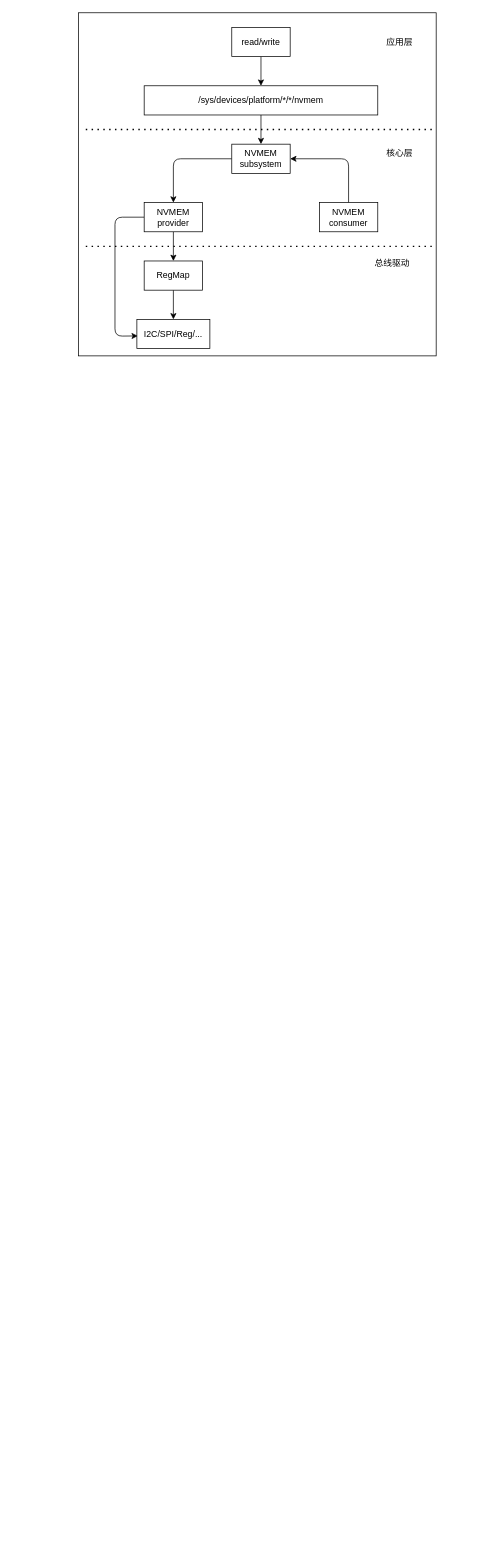
Before: page "nvmem" (9 of 9) of src/file/tree.drawio in zc110747/build_embed_linux_system, a draw.io diagram. Source tidied: cells renumbered, new cells numbered last; positions are measured from the earlier drawing's top-left corner, leaving out a move shared by most shapes. Both pictures are drawn from the tidied source at 73%, with x=0, y=0 at pixel (78, 12).
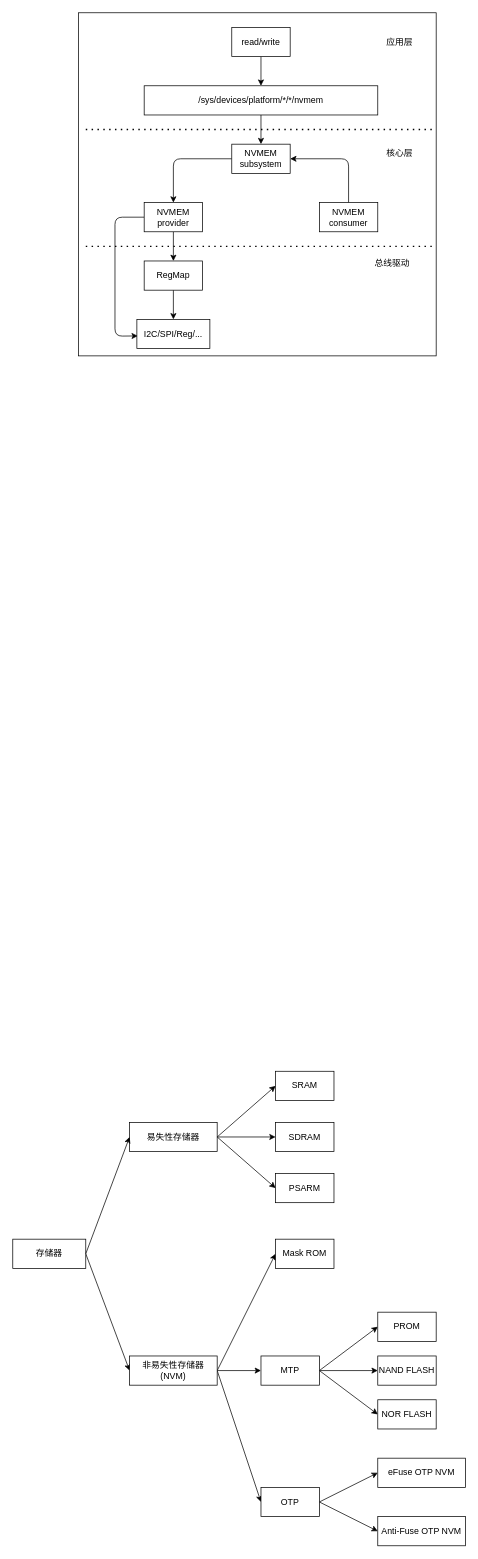
The same page after the edit.

Diff of the diagram source:
```diff
@@
+    <mxCell id="22" style="edgeStyle=none;html=1;exitX=1;exitY=0.5;exitDx=0;exitDy=0;entryX=0;entryY=0.5;entryDx=0;entryDy=0;" parent="1" edge="1" source="23" target="32">
+      <mxGeometry relative="1" as="geometry" />
+    </mxCell>
+    <mxCell id="23" value="存储器" style="rounded=0;whiteSpace=wrap;html=1;" parent="1" vertex="1">
+      <mxGeometry x="-90" y="1680" width="100" height="40" as="geometry" />
+    </mxCell>
+    <mxCell id="24" style="edgeStyle=none;html=1;" parent="1" edge="1" source="26" target="28">
+      <mxGeometry relative="1" as="geometry" />
+    </mxCell>
+    <mxCell id="25" style="edgeStyle=none;html=1;exitX=1;exitY=0.5;exitDx=0;exitDy=0;entryX=0;entryY=0.5;entryDx=0;entryDy=0;" parent="1" edge="1" source="26" target="46">
+      <mxGeometry relative="1" as="geometry" />
+    </mxCell>
+    <mxCell id="26" value="易失性存储器" style="rounded=0;whiteSpace=wrap;html=1;" parent="1" vertex="1">
+      <mxGeometry x="70" y="1520" width="120" height="40" as="geometry" />
+    </mxCell>
+    <mxCell id="27" value="SRAM" style="rounded=0;whiteSpace=wrap;html=1;" parent="1" vertex="1">
+      <mxGeometry x="270" y="1450" width="80" height="40" as="geometry" />
+    </mxCell>
+    <mxCell id="28" value="SDRAM" style="rounded=0;whiteSpace=wrap;html=1;" parent="1" vertex="1">
+      <mxGeometry x="270" y="1520" width="80" height="40" as="geometry" />
+    </mxCell>
+    <mxCell id="29" style="edgeStyle=none;html=1;entryX=0;entryY=0.5;entryDx=0;entryDy=0;exitX=1;exitY=0.5;exitDx=0;exitDy=0;" parent="1" edge="1" source="32" target="33">
+      <mxGeometry relative="1" as="geometry" />
+    </mxCell>
+    <mxCell id="30" style="edgeStyle=none;html=1;exitX=1;exitY=0.5;exitDx=0;exitDy=0;entryX=0;entryY=0.5;entryDx=0;entryDy=0;" parent="1" edge="1" source="32" target="37">
+      <mxGeometry relative="1" as="geometry" />
+    </mxCell>
+    <mxCell id="31" style="edgeStyle=none;html=1;exitX=1;exitY=0.5;exitDx=0;exitDy=0;entryX=0;entryY=0.5;entryDx=0;entryDy=0;" parent="1" edge="1" source="32" target="41">
+      <mxGeometry relative="1" as="geometry" />
+    </mxCell>
+    <mxCell id="32" value="非易失性存储器(NVM)" style="rounded=0;whiteSpace=wrap;html=1;" parent="1" vertex="1">
+      <mxGeometry x="70" y="1840" width="120" height="40" as="geometry" />
+    </mxCell>
+    <mxCell id="33" value="Mask ROM" style="rounded=0;whiteSpace=wrap;html=1;" parent="1" vertex="1">
+      <mxGeometry x="270" y="1680" width="80" height="40" as="geometry" />
+    </mxCell>
+    <mxCell id="34" style="edgeStyle=none;html=1;entryX=0;entryY=0.5;entryDx=0;entryDy=0;exitX=1;exitY=0.5;exitDx=0;exitDy=0;" parent="1" edge="1" source="37" target="38">
+      <mxGeometry relative="1" as="geometry" />
+    </mxCell>
+    <mxCell id="35" style="edgeStyle=none;html=1;entryX=0;entryY=0.5;entryDx=0;entryDy=0;exitX=1;exitY=0.5;exitDx=0;exitDy=0;" parent="1" edge="1" source="37" target="42">
+      <mxGeometry relative="1" as="geometry" />
+    </mxCell>
+    <mxCell id="36" style="edgeStyle=none;html=1;exitX=1;exitY=0.5;exitDx=0;exitDy=0;entryX=0;entryY=0.5;entryDx=0;entryDy=0;" parent="1" edge="1" source="37" target="43">
+      <mxGeometry relative="1" as="geometry" />
+    </mxCell>
+    <mxCell id="37" value="MTP" style="rounded=0;whiteSpace=wrap;html=1;" parent="1" vertex="1">
+      <mxGeometry x="250" y="1840" width="80" height="40" as="geometry" />
+    </mxCell>
+    <mxCell id="38" value="PROM" style="rounded=0;whiteSpace=wrap;html=1;" parent="1" vertex="1">
+      <mxGeometry x="410" y="1780" width="80" height="40" as="geometry" />
+    </mxCell>
+    <mxCell id="39" style="edgeStyle=none;html=1;entryX=0;entryY=0.5;entryDx=0;entryDy=0;exitX=1;exitY=0.5;exitDx=0;exitDy=0;" parent="1" edge="1" source="41" target="44">
+      <mxGeometry relative="1" as="geometry" />
+    </mxCell>
+    <mxCell id="40" style="edgeStyle=none;html=1;entryX=0;entryY=0.5;entryDx=0;entryDy=0;exitX=1;exitY=0.5;exitDx=0;exitDy=0;" parent="1" edge="1" source="41" target="45">
+      <mxGeometry relative="1" as="geometry" />
+    </mxCell>
+    <mxCell id="41" value="OTP" style="rounded=0;whiteSpace=wrap;html=1;" parent="1" vertex="1">
+      <mxGeometry x="250" y="2020" width="80" height="40" as="geometry" />
+    </mxCell>
+    <mxCell id="42" value="NAND FLASH" style="rounded=0;whiteSpace=wrap;html=1;" parent="1" vertex="1">
+      <mxGeometry x="410" y="1840" width="80" height="40" as="geometry" />
+    </mxCell>
+    <mxCell id="43" value="NOR FLASH" style="rounded=0;whiteSpace=wrap;html=1;" parent="1" vertex="1">
+      <mxGeometry x="410" y="1900" width="80" height="40" as="geometry" />
+    </mxCell>
+    <mxCell id="44" value="eFuse OTP NVM" style="rounded=0;whiteSpace=wrap;html=1;" parent="1" vertex="1">
+      <mxGeometry x="410" y="1980" width="120" height="40" as="geometry" />
+    </mxCell>
+    <mxCell id="45" value="Anti-Fuse OTP NVM" style="rounded=0;whiteSpace=wrap;html=1;" parent="1" vertex="1">
+      <mxGeometry x="410" y="2060" width="120" height="40" as="geometry" />
+    </mxCell>
+    <mxCell id="46" value="PSARM" style="rounded=0;whiteSpace=wrap;html=1;" parent="1" vertex="1">
+      <mxGeometry x="270" y="1590" width="80" height="40" as="geometry" />
+    </mxCell>
+    <mxCell id="47" style="endArrow=classic;html=1;exitX=1;exitY=0.5;exitDx=0;exitDy=0;entryX=0;entryY=0.5;entryDx=0;entryDy=0;" parent="1" edge="1" source="23" target="26">
+      <mxGeometry relative="1" as="geometry" />
+    </mxCell>
+    <mxCell id="48" style="endArrow=classic;html=1;exitX=1;exitY=0.5;exitDx=0;exitDy=0;entryX=0;entryY=0.5;entryDx=0;entryDy=0;" parent="1" edge="1" source="26" target="27">
+      <mxGeometry relative="1" as="geometry" />
+    </mxCell>
```
